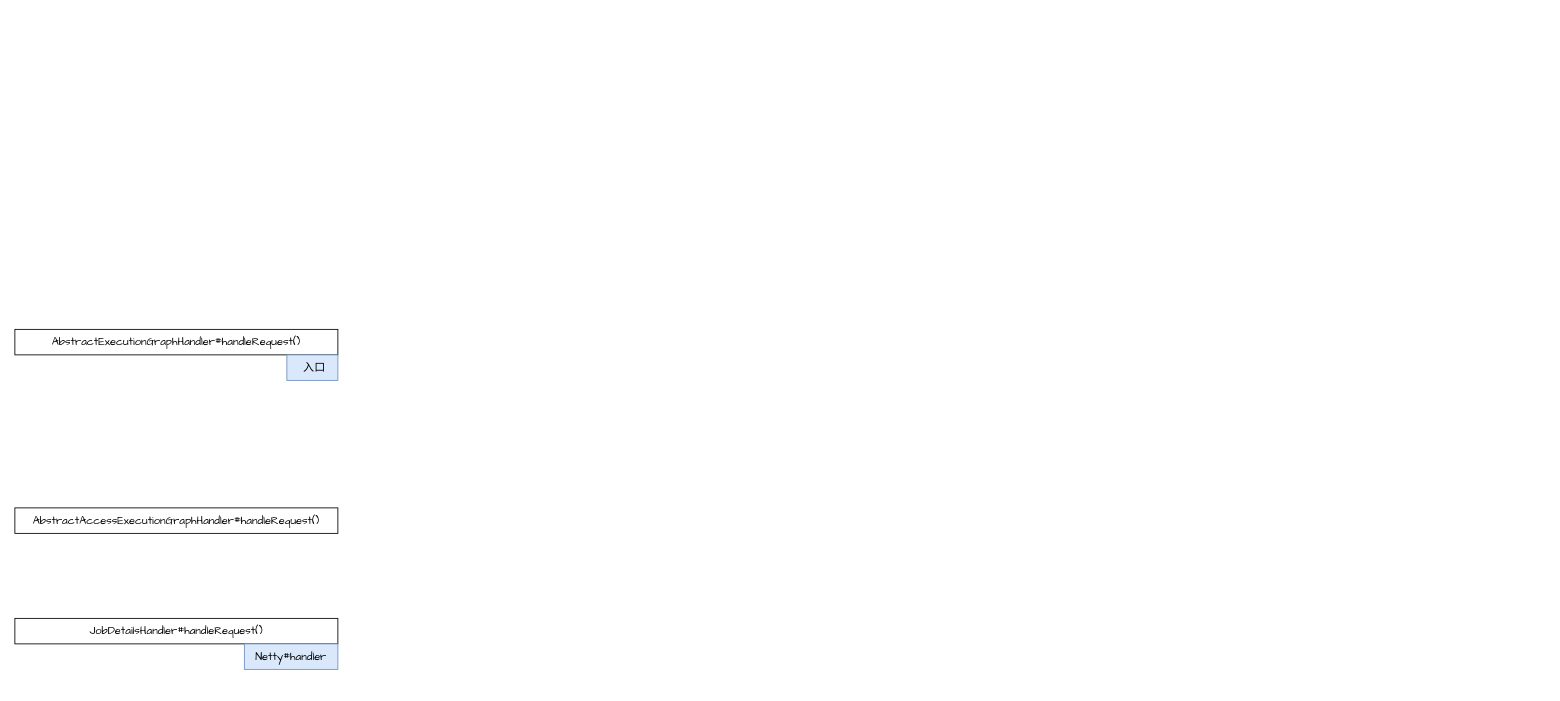
Earlier version of the draw.io diagram page "Rest Netty Handler" (1 of 2) of Drawio/Flink Web UI.drawio (xinzhuxiansheng/blog-notes). Source tidied: cells renumbered, new cells numbered last; positions are measured from the earlier drawing's top-left corner, leaving out a move shared by most shapes. Both pictures are drawn from the tidied source at 85%, with x=0, y=0 at pixel (14, 329).
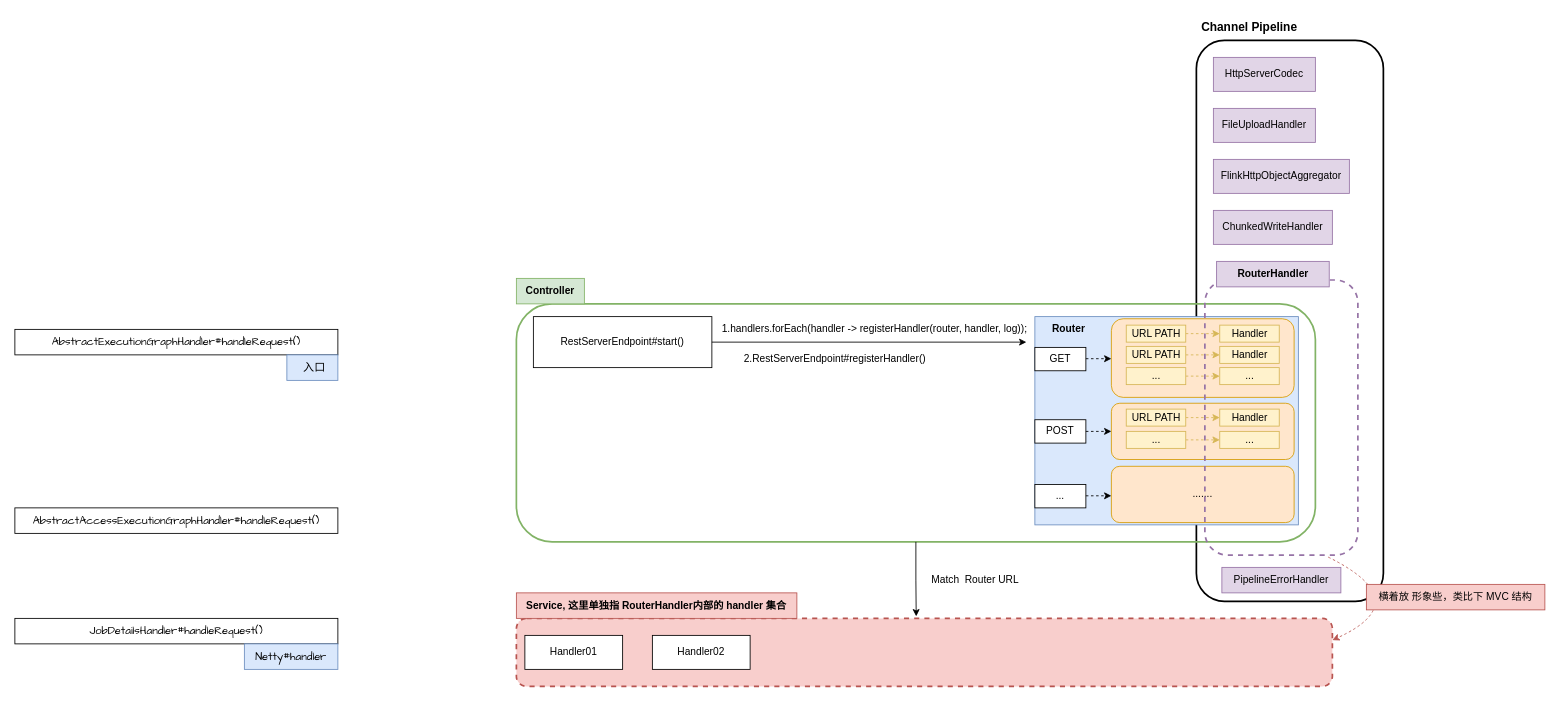
Above is the later version.

What changed in the source:
```diff
@@
+    <mxCell id="7" style="rounded=1;whiteSpace=wrap;html=1;fillColor=none;strokeWidth=2;" parent="1" vertex="1">
+      <mxGeometry x="1390" y="-340" width="220" height="660" as="geometry" />
+    </mxCell>
+    <mxCell id="8" style="rounded=1;whiteSpace=wrap;html=1;fillColor=none;strokeColor=#82b366;strokeWidth=2;" parent="1" vertex="1">
+      <mxGeometry x="590" y="-30" width="940" height="280" as="geometry" />
+    </mxCell>
@@
+    <mxCell id="9" value="RestServerEndpoint#start()" style="rounded=0;whiteSpace=wrap;html=1;" parent="1" vertex="1">
+      <mxGeometry x="610" y="-15" width="210" height="60" as="geometry" />
+    </mxCell>
+    <mxCell id="10" style="rounded=0;whiteSpace=wrap;html=1;fillColor=#dae8fc;strokeColor=#6c8ebf;" parent="1" vertex="1">
+      <mxGeometry x="1200" y="-15" width="310" height="245" as="geometry" />
+    </mxCell>
+    <mxCell id="11" value="Controller" style="text;html=1;align=center;verticalAlign=middle;whiteSpace=wrap;rounded=0;fillColor=#d5e8d4;strokeColor=#82b366;fontStyle=1;" parent="1" vertex="1">
+      <mxGeometry x="590" y="-60" width="80" height="30" as="geometry" />
+    </mxCell>
+    <mxCell id="12" value="GET" style="rounded=0;whiteSpace=wrap;html=1;" parent="1" vertex="1">
+      <mxGeometry x="1200" y="21.2" width="60" height="27.5" as="geometry" />
+    </mxCell>
+    <mxCell id="13" style="endArrow=classic;html=1;rounded=0;exitX=1;exitY=0.5;exitDx=0;exitDy=0;entryX=0.973;entryY=0.875;entryDx=0;entryDy=0;entryPerimeter=0;" parent="1" edge="1" source="9" target="14">
+      <mxGeometry relative="1" as="geometry" />
+    </mxCell>
+    <mxCell id="14" value="1.handlers.forEach(handler -&gt; registerHandler(router, handler, log));" style="text;whiteSpace=wrap;verticalAlign=middle;" parent="1" vertex="1">
+      <mxGeometry x="830" y="-20" width="370" height="40" as="geometry" />
+    </mxCell>
+    <mxCell id="15" value="Router" style="text;html=1;align=center;verticalAlign=middle;whiteSpace=wrap;rounded=0;fontStyle=1;" parent="1" vertex="1">
+      <mxGeometry x="1210" y="-15" width="60" height="30" as="geometry" />
+    </mxCell>
+    <mxCell id="16" value="2.RestServerEndpoint#registerHandler()" style="text;html=1;align=center;verticalAlign=middle;whiteSpace=wrap;rounded=0;" parent="1" vertex="1">
+      <mxGeometry x="850" y="15" width="230" height="40" as="geometry" />
+    </mxCell>
+    <mxCell id="17" value="POST" style="rounded=0;whiteSpace=wrap;html=1;" parent="1" vertex="1">
+      <mxGeometry x="1200" y="106.3" width="60" height="27.5" as="geometry" />
+    </mxCell>
+    <mxCell id="18" style="rounded=1;whiteSpace=wrap;html=1;fillColor=#ffe6cc;strokeColor=#d79b00;" parent="1" vertex="1">
+      <mxGeometry x="1290" y="-12.5" width="215" height="92.5" as="geometry" />
+    </mxCell>
+    <mxCell id="19" style="edgeStyle=orthogonalEdgeStyle;rounded=0;jettySize=auto;html=1;entryX=0;entryY=0.5;entryDx=0;entryDy=0;fillColor=#fff2cc;strokeColor=#d6b656;dashed=1;" parent="1" edge="1" source="20" target="21">
+      <mxGeometry relative="1" as="geometry" />
+    </mxCell>
+    <mxCell id="20" value="URL PATH" style="rounded=0;whiteSpace=wrap;html=1;fillColor=#fff2cc;strokeColor=#d6b656;" parent="1" vertex="1">
+      <mxGeometry x="1307.5" y="-5" width="70" height="20" as="geometry" />
+    </mxCell>
+    <mxCell id="21" value="Handler" style="rounded=0;whiteSpace=wrap;html=1;fillColor=#fff2cc;strokeColor=#d6b656;" parent="1" vertex="1">
+      <mxGeometry x="1417.5" y="-5" width="70" height="20" as="geometry" />
+    </mxCell>
+    <mxCell id="22" style="edgeStyle=orthogonalEdgeStyle;rounded=0;jettySize=auto;html=1;entryX=0;entryY=0.5;entryDx=0;entryDy=0;fillColor=#fff2cc;strokeColor=#d6b656;dashed=1;" parent="1" edge="1" source="23" target="24">
+      <mxGeometry relative="1" as="geometry" />
+    </mxCell>
+    <mxCell id="23" value="URL PATH" style="rounded=0;whiteSpace=wrap;html=1;fillColor=#fff2cc;strokeColor=#d6b656;" parent="1" vertex="1">
+      <mxGeometry x="1307.5" y="20" width="70" height="20" as="geometry" />
+    </mxCell>
+    <mxCell id="24" value="Handler" style="rounded=0;whiteSpace=wrap;html=1;fillColor=#fff2cc;strokeColor=#d6b656;" parent="1" vertex="1">
+      <mxGeometry x="1417.5" y="20" width="70" height="20" as="geometry" />
+    </mxCell>
+    <mxCell id="25" style="edgeStyle=orthogonalEdgeStyle;rounded=0;jettySize=auto;html=1;entryX=0;entryY=0.5;entryDx=0;entryDy=0;fillColor=#fff2cc;strokeColor=#d6b656;dashed=1;" parent="1" edge="1" source="27" target="28">
+      <mxGeometry relative="1" as="geometry" />
+    </mxCell>
+    <mxCell id="26" style="rounded=1;whiteSpace=wrap;html=1;fillColor=#ffe6cc;strokeColor=#d79b00;" parent="1" vertex="1">
+      <mxGeometry x="1290" y="86.9" width="215" height="66.2" as="geometry" />
+    </mxCell>
+    <mxCell id="27" value="..." style="rounded=0;whiteSpace=wrap;html=1;fillColor=#fff2cc;strokeColor=#d6b656;" parent="1" vertex="1">
+      <mxGeometry x="1307.5" y="45" width="70" height="20" as="geometry" />
+    </mxCell>
+    <mxCell id="28" value="..." style="rounded=0;whiteSpace=wrap;html=1;fillColor=#fff2cc;strokeColor=#d6b656;" parent="1" vertex="1">
+      <mxGeometry x="1417.5" y="45" width="70" height="20" as="geometry" />
+    </mxCell>
+    <mxCell id="29" style="edgeStyle=orthogonalEdgeStyle;rounded=0;jettySize=auto;html=1;entryX=0;entryY=0.5;entryDx=0;entryDy=0;fillColor=#fff2cc;strokeColor=#d6b656;dashed=1;" parent="1" edge="1" source="30" target="31">
+      <mxGeometry relative="1" as="geometry" />
+    </mxCell>
+    <mxCell id="30" value="URL PATH" style="rounded=0;whiteSpace=wrap;html=1;fillColor=#fff2cc;strokeColor=#d6b656;" parent="1" vertex="1">
+      <mxGeometry x="1307.5" y="93.8" width="70" height="20" as="geometry" />
+    </mxCell>
+    <mxCell id="31" value="Handler" style="rounded=0;whiteSpace=wrap;html=1;fillColor=#fff2cc;strokeColor=#d6b656;" parent="1" vertex="1">
+      <mxGeometry x="1417.5" y="93.8" width="70" height="20" as="geometry" />
+    </mxCell>
+    <mxCell id="32" style="edgeStyle=orthogonalEdgeStyle;rounded=0;jettySize=auto;html=1;entryX=0;entryY=0.5;entryDx=0;entryDy=0;fillColor=#fff2cc;strokeColor=#d6b656;dashed=1;" parent="1" edge="1" source="33" target="34">
+      <mxGeometry relative="1" as="geometry" />
+    </mxCell>
+    <mxCell id="33" value="..." style="rounded=0;whiteSpace=wrap;html=1;fillColor=#fff2cc;strokeColor=#d6b656;" parent="1" vertex="1">
+      <mxGeometry x="1307.5" y="120" width="70" height="20" as="geometry" />
+    </mxCell>
+    <mxCell id="34" value="..." style="rounded=0;whiteSpace=wrap;html=1;fillColor=#fff2cc;strokeColor=#d6b656;" parent="1" vertex="1">
+      <mxGeometry x="1417.5" y="120" width="70" height="20" as="geometry" />
+    </mxCell>
+    <mxCell id="35" style="endArrow=classic;html=1;rounded=0;dashed=1;" parent="1" edge="1">
+      <mxGeometry relative="1" as="geometry">
+        <mxPoint x="1260" y="34.5" as="sourcePoint" />
+        <mxPoint x="1290" y="34.5" as="targetPoint" />
+      </mxGeometry>
+    </mxCell>
+    <mxCell id="36" style="endArrow=classic;html=1;rounded=0;entryX=0;entryY=0.5;entryDx=0;entryDy=0;exitX=1;exitY=0.5;exitDx=0;exitDy=0;dashed=1;" parent="1" edge="1" source="17" target="26">
+      <mxGeometry relative="1" as="geometry" />
+    </mxCell>
+    <mxCell id="37" value="..." style="rounded=0;whiteSpace=wrap;html=1;" parent="1" vertex="1">
+      <mxGeometry x="1200" y="182.5" width="60" height="27.5" as="geometry" />
+    </mxCell>
+    <mxCell id="38" value="......." style="rounded=1;whiteSpace=wrap;html=1;fillColor=#ffe6cc;strokeColor=#d79b00;" parent="1" vertex="1">
+      <mxGeometry x="1290" y="161.1" width="215" height="66.2" as="geometry" />
+    </mxCell>
+    <mxCell id="39" style="endArrow=classic;html=1;rounded=0;entryX=0;entryY=0.5;entryDx=0;entryDy=0;exitX=1;exitY=0.5;exitDx=0;exitDy=0;dashed=1;" parent="1" edge="1">
+      <mxGeometry relative="1" as="geometry">
+        <mxPoint x="1260" y="195.8" as="sourcePoint" />
+        <mxPoint x="1290" y="195.8" as="targetPoint" />
+      </mxGeometry>
+    </mxCell>
+    <mxCell id="40" style="rounded=1;whiteSpace=wrap;html=1;fillColor=none;strokeColor=#9673a6;dashed=1;strokeWidth=2;" parent="1" vertex="1">
+      <mxGeometry x="1400" y="-58.1" width="180" height="323.7" as="geometry" />
+    </mxCell>
+    <mxCell id="41" value="RouterHandler" style="text;html=1;align=center;verticalAlign=middle;whiteSpace=wrap;rounded=0;fillColor=#e1d5e7;strokeColor=#9673a6;fontStyle=1;" parent="1" vertex="1">
+      <mxGeometry x="1413.8" y="-80" width="132.5" height="30" as="geometry" />
+    </mxCell>
+    <mxCell id="42" style="rounded=1;whiteSpace=wrap;html=1;fillColor=#f8cecc;strokeColor=#b85450;dashed=1;strokeWidth=2;" parent="1" vertex="1">
+      <mxGeometry x="590" y="340" width="960" height="80" as="geometry" />
+    </mxCell>
+    <mxCell id="43" style="edgeStyle=orthogonalEdgeStyle;rounded=0;jettySize=auto;html=1;entryX=0.49;entryY=-0.03;entryDx=0;entryDy=0;entryPerimeter=0;" parent="1" edge="1" source="8" target="42">
+      <mxGeometry relative="1" as="geometry" />
+    </mxCell>
+    <mxCell id="44" value="Match&amp;nbsp; Router URL" style="text;html=1;align=center;verticalAlign=middle;whiteSpace=wrap;rounded=0;" parent="1" vertex="1">
+      <mxGeometry x="1070" y="280" width="120" height="30" as="geometry" />
+    </mxCell>
+    <mxCell id="45" style="curved=1;endArrow=classic;html=1;rounded=0;exitX=0.806;exitY=1.007;exitDx=0;exitDy=0;exitPerimeter=0;entryX=1;entryY=0.32;entryDx=0;entryDy=0;entryPerimeter=0;fillColor=#f8cecc;strokeColor=#b85450;dashed=1;" parent="1" edge="1" source="40" target="42">
+      <mxGeometry relative="1" as="geometry">
+        <Array as="points">
+          <mxPoint x="1650" y="320" />
+        </Array>
+      </mxGeometry>
+    </mxCell>
+    <mxCell id="46" value="横着放 形象些，类比下 MVC 结构" style="text;html=1;align=center;verticalAlign=middle;whiteSpace=wrap;rounded=0;fillColor=#f8cecc;strokeColor=#b85450;" parent="1" vertex="1">
+      <mxGeometry x="1590" y="300" width="210" height="30" as="geometry" />
+    </mxCell>
+    <mxCell id="47" value="Service, 这里单独指 RouterHandler内部的 handler 集合" style="text;html=1;align=center;verticalAlign=middle;whiteSpace=wrap;rounded=0;fillColor=#f8cecc;strokeColor=#b85450;fontStyle=1;" parent="1" vertex="1">
+      <mxGeometry x="590" y="310" width="330" height="30" as="geometry" />
+    </mxCell>
+    <mxCell id="48" value="Handler01" style="rounded=0;whiteSpace=wrap;html=1;" parent="1" vertex="1">
+      <mxGeometry x="600" y="360" width="115" height="40" as="geometry" />
+    </mxCell>
+    <mxCell id="49" value="Handler02" style="rounded=0;whiteSpace=wrap;html=1;" parent="1" vertex="1">
+      <mxGeometry x="750" y="360" width="115" height="40" as="geometry" />
+    </mxCell>
+    <mxCell id="50" value="Channel Pipeline" style="text;html=1;align=center;verticalAlign=middle;whiteSpace=wrap;rounded=0;fillColor=none;strokeColor=none;fontStyle=1;fontSize=14;" parent="1" vertex="1">
+      <mxGeometry x="1386.2" y="-370" width="132.5" height="30" as="geometry" />
+    </mxCell>
+    <mxCell id="51" value="HttpServerCodec" style="rounded=0;whiteSpace=wrap;html=1;fillColor=#e1d5e7;strokeColor=#9673a6;" parent="1" vertex="1">
+      <mxGeometry x="1410" y="-320" width="120" height="40" as="geometry" />
+    </mxCell>
+    <mxCell id="52" value="FileUploadHandler" style="rounded=0;whiteSpace=wrap;html=1;fillColor=#e1d5e7;strokeColor=#9673a6;" parent="1" vertex="1">
+      <mxGeometry x="1410" y="-260" width="120" height="40" as="geometry" />
+    </mxCell>
+    <mxCell id="53" value="FlinkHttpObjectAggregator" style="rounded=0;whiteSpace=wrap;html=1;fillColor=#e1d5e7;strokeColor=#9673a6;" parent="1" vertex="1">
+      <mxGeometry x="1410" y="-200" width="160" height="40" as="geometry" />
+    </mxCell>
+    <mxCell id="54" value="ChunkedWriteHandler" style="rounded=0;whiteSpace=wrap;html=1;fillColor=#e1d5e7;strokeColor=#9673a6;" parent="1" vertex="1">
+      <mxGeometry x="1410" y="-140" width="140" height="40" as="geometry" />
+    </mxCell>
+    <mxCell id="55" value="PipelineErrorHandler" style="rounded=0;whiteSpace=wrap;html=1;fillColor=#e1d5e7;strokeColor=#9673a6;" parent="1" vertex="1">
+      <mxGeometry x="1420" y="280" width="140" height="30" as="geometry" />
+    </mxCell>
```
